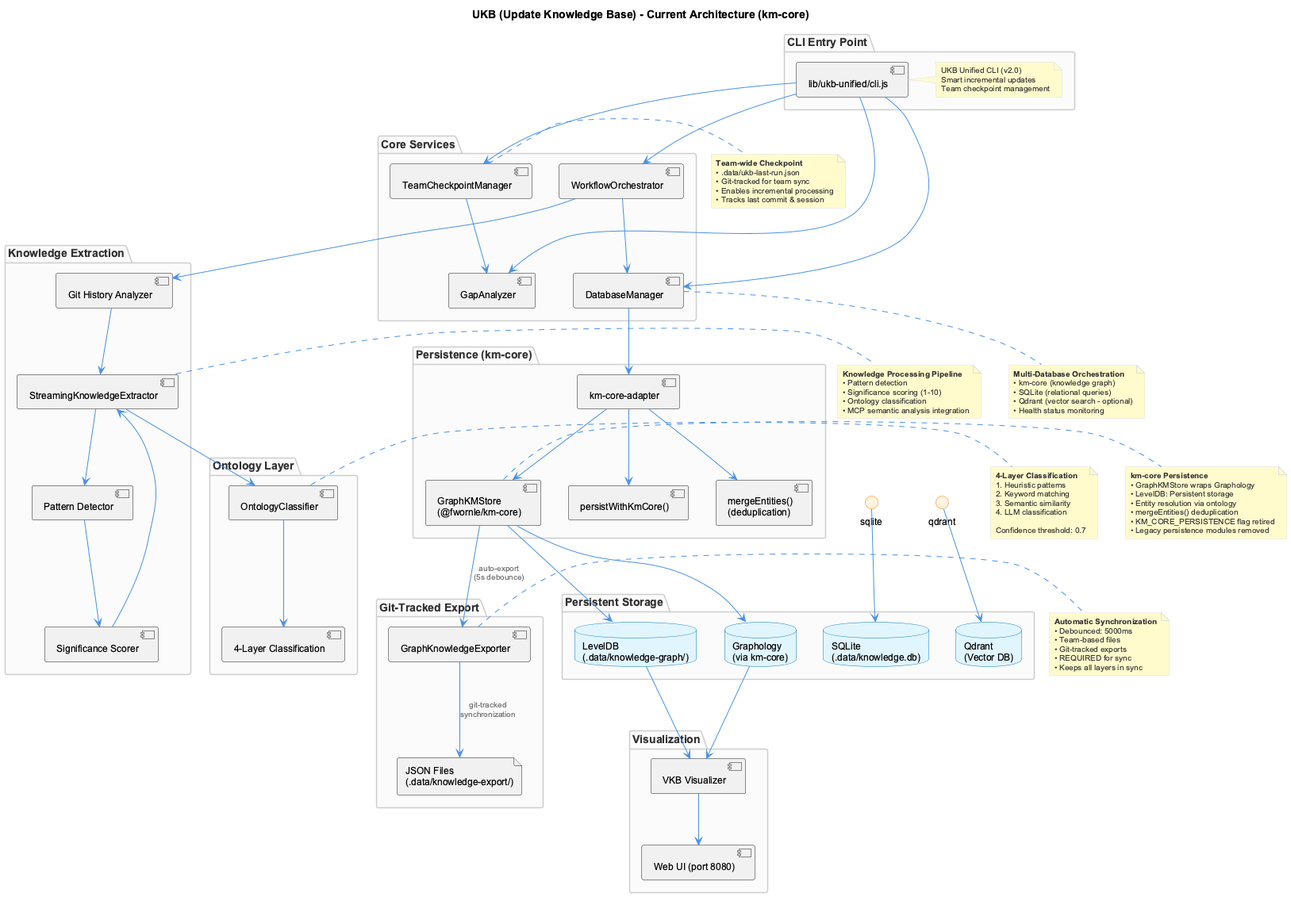
Before: docs/images/ukb-architecture.png, a diagram exported from PlantUML (fwornle/coding).
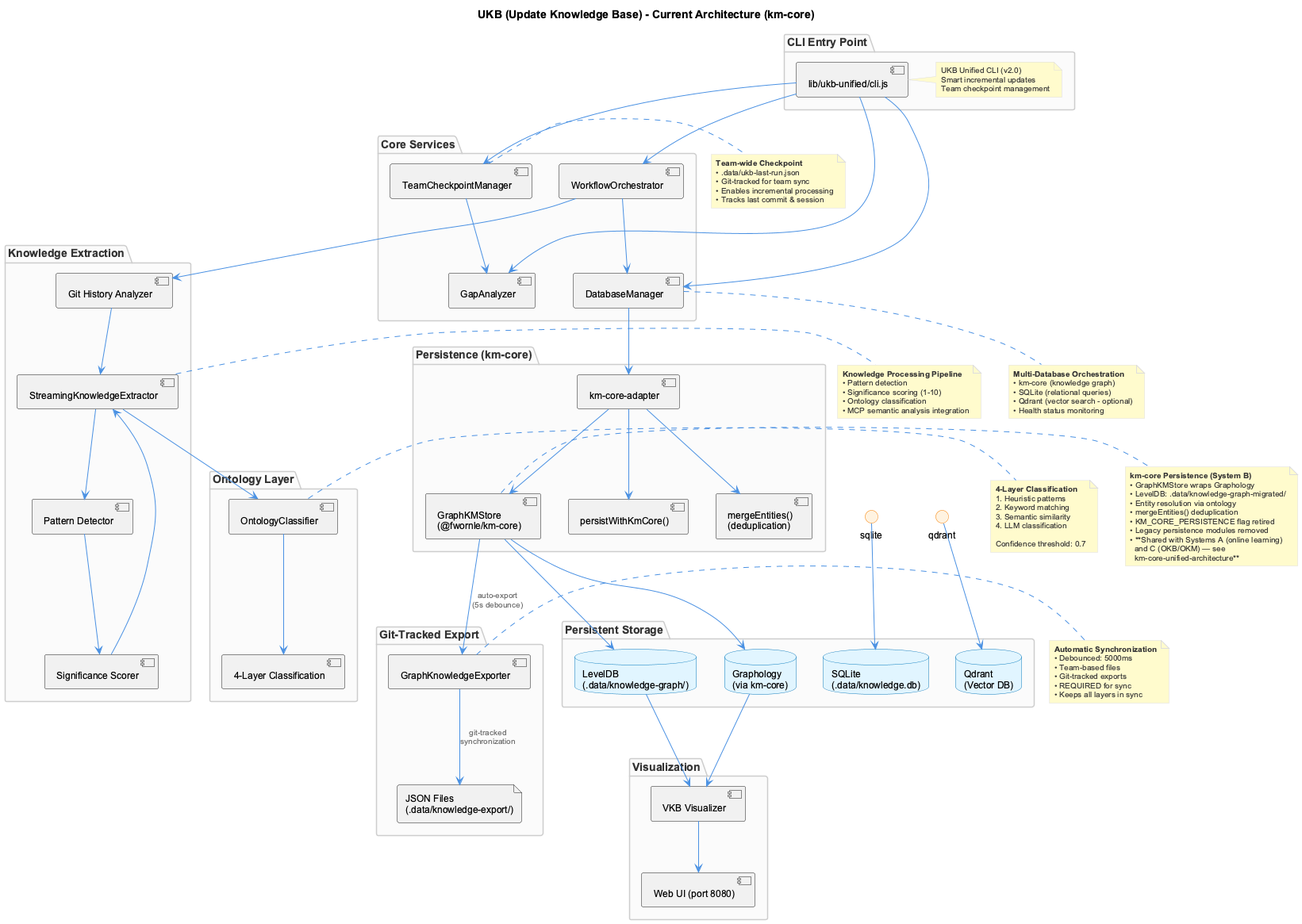
Later version of the same file.

Diff of the diagram source:
```diff
@@ -100,13 +100,16 @@
 end note
 
 note right of km_store
-  **km-core Persistence**
+  **km-core Persistence (System B)**
   • GraphKMStore wraps Graphology
-  • LevelDB: Persistent storage
+  • LevelDB: .data/knowledge-graph-migrated/
   • Entity resolution via ontology
   • mergeEntities() deduplication
   • KM_CORE_PERSISTENCE flag retired
   • Legacy persistence modules removed
+  • **Shared with Systems A (online learning)
+    and C (OKB/OKM) — see
+    km-core-unified-architecture**
 end note
 
 note right of extractor
```
